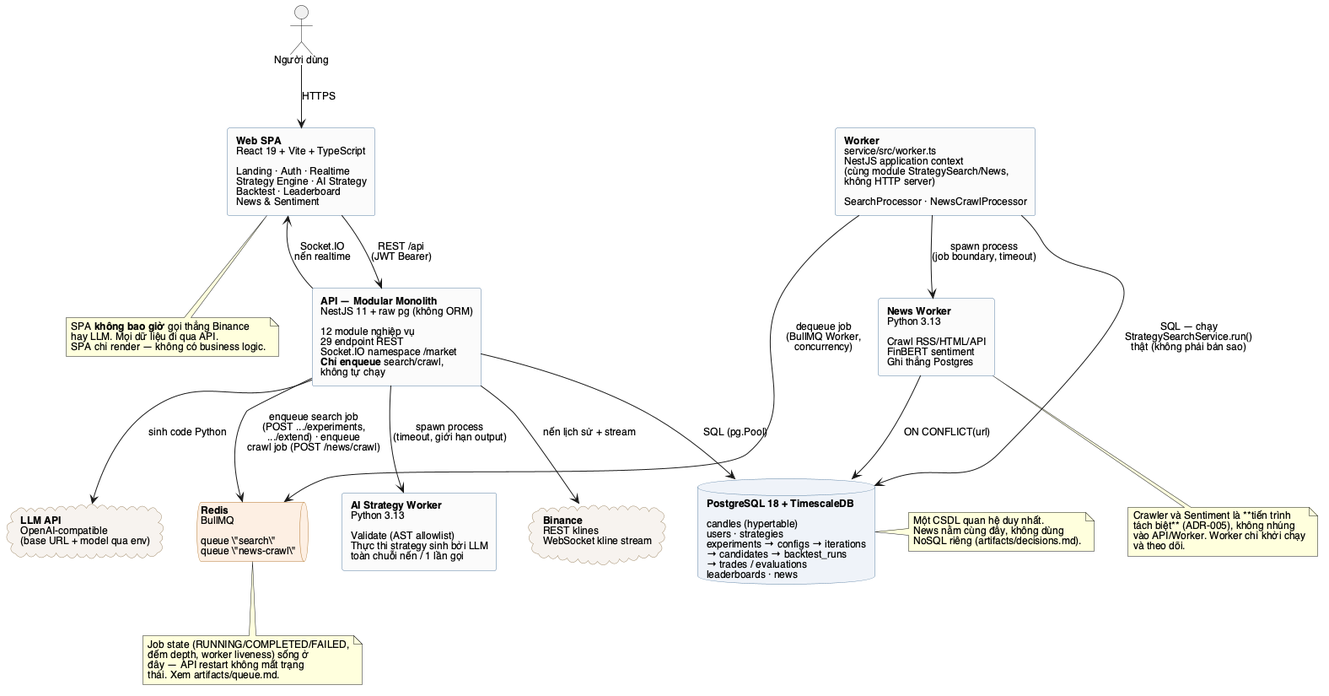
This is artifacts/crypto-strategy-lab-container.png from huynhgiaau27112005/crypto-strategy-lab, a PlantUML export, as it was before one commit.
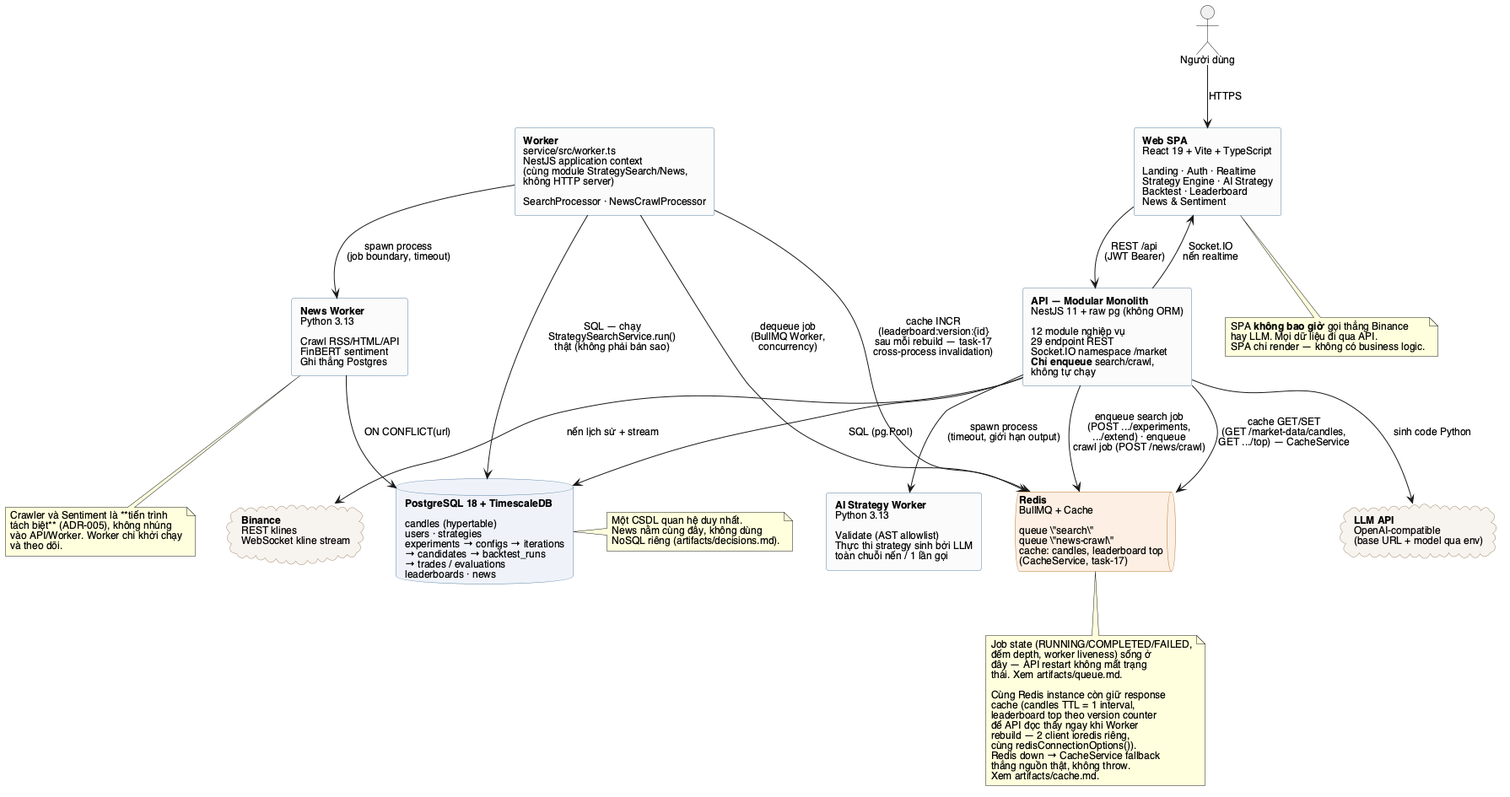
The same file after the commit.

Diff of the diagram source:
```diff
@@ -29,7 +29,7 @@
 
 rectangle "**API — Modular Monolith**\nNestJS 11 + raw pg (không ORM)\n\n12 module nghiệp vụ\n29 endpoint REST\nSocket.IO namespace /market\n**Chỉ enqueue** search/crawl,\nkhông tự chạy" as API
 
-queue "**Redis**\nBullMQ\n\nqueue \"search\"\nqueue \"news-crawl\"" as REDIS
+queue "**Redis**\nBullMQ + Cache\n\nqueue \"search\"\nqueue \"news-crawl\"\ncache: candles, leaderboard top\n(CacheService, task-17)" as REDIS
 
 rectangle "**Worker**\nservice/src/worker.ts\nNestJS application context\n(cùng module StrategySearch/News,\nkhông HTTP server)\n\nSearchProcessor · NewsCrawlProcessor" as WORKER
 
@@ -51,9 +51,11 @@
 API --> BINANCE : nến lịch sử + stream
 API --> LLM : sinh code Python
 API --> REDIS : enqueue search job\n(POST .../experiments,\n.../extend) · enqueue\ncrawl job (POST /news/crawl)
+API --> REDIS : cache GET/SET\n(GET /market-data/candles,\nGET .../top) — CacheService
 API --> W_AI : spawn process\n(timeout, giới hạn output)
 
 WORKER --> REDIS : dequeue job\n(BullMQ Worker,\nconcurrency)
+WORKER --> REDIS : cache INCR\n(leaderboard:version:{id}\nsau mỗi rebuild — task-17\ncross-process invalidation)
 WORKER --> PG : SQL — chạy\nStrategySearchService.run()\nthật (không phải bản sao)
 WORKER --> W_NEWS : spawn process\n(job boundary, timeout)
 
@@ -72,6 +74,16 @@
   đếm depth, worker liveness) sống ở
   đây — API restart không mất trạng
   thái. Xem artifacts/queue.md.
+
+  Cùng Redis instance còn giữ response
+  cache (candles TTL = 1 interval,
+  leaderboard top theo version counter
+  để API đọc thấy ngay khi Worker
+  rebuild — 2 client ioredis riêng,
+  cùng redisConnectionOptions()).
+  Redis down → CacheService fallback
+  thẳng nguồn thật, không throw.
+  Xem artifacts/cache.md.
 end note
 
 note bottom of W_NEWS
```
